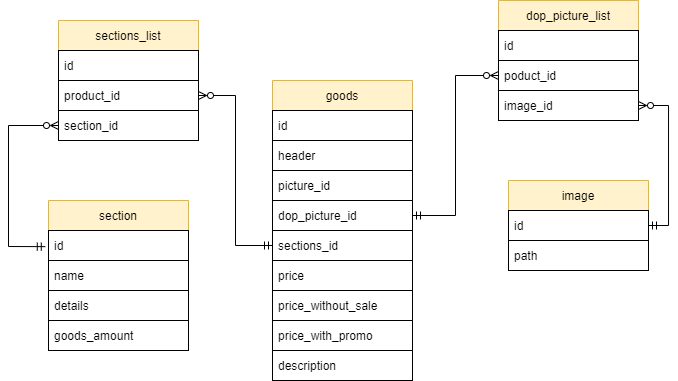
Before: diagram.png, a diagram exported from draw.io (LightningAurum/SQL). Source tidied: cells renumbered, new cells last; positions are measured from the earlier drawing's top-left corner, leaving out a move shared by most shapes. Source of this version:
```xml
<mxGraphModel>
  <root>
    <mxCell id="0" />
    <mxCell id="1" parent="0" />
    <mxCell id="2" value="section" style="swimlane;fontStyle=0;horizontal=1;startSize=30;fillColor=#fff2cc;strokeColor=#d6b656;" parent="1" vertex="1">
      <mxGeometry x="40" y="200" width="140" height="150" as="geometry" />
    </mxCell>
    <mxCell id="3" value="id" style="text;strokeColor=default;fillColor=default;align=left;verticalAlign=middle;spacingLeft=4;spacingRight=4;overflow=hidden;points=[[0,0.5],[1,0.5]];portConstraint=eastwest;" parent="2" vertex="1">
      <mxGeometry y="30" width="140" height="30" as="geometry" />
    </mxCell>
    <mxCell id="4" value="name" style="text;strokeColor=default;fillColor=default;align=left;verticalAlign=middle;spacingLeft=4;spacingRight=4;overflow=hidden;" parent="2" vertex="1">
      <mxGeometry y="60" width="140" height="30" as="geometry" />
    </mxCell>
    <mxCell id="5" value="details" style="text;strokeColor=default;fillColor=default;align=left;verticalAlign=middle;spacingLeft=4;spacingRight=4;overflow=hidden;" parent="2" vertex="1">
      <mxGeometry y="90" width="140" height="30" as="geometry" />
    </mxCell>
    <mxCell id="6" value="goods_amount" style="text;strokeColor=default;fillColor=default;align=left;verticalAlign=middle;spacingLeft=4;spacingRight=4;overflow=hidden;" parent="2" vertex="1">
      <mxGeometry y="120" width="140" height="30" as="geometry" />
    </mxCell>
    <mxCell id="7" value="goods" style="swimlane;fontStyle=0;horizontal=1;startSize=30;fillColor=#fff2cc;strokeColor=#d6b656;" parent="1" vertex="1">
      <mxGeometry x="264" y="80" width="140" height="300" as="geometry" />
    </mxCell>
    <mxCell id="8" value="id" style="text;strokeColor=default;fillColor=default;align=left;verticalAlign=middle;spacingLeft=4;spacingRight=4;overflow=hidden;" parent="7" vertex="1">
      <mxGeometry y="30" width="140" height="30" as="geometry" />
    </mxCell>
    <mxCell id="9" value="header" style="text;strokeColor=default;fillColor=default;align=left;verticalAlign=middle;spacingLeft=4;spacingRight=4;overflow=hidden;" parent="7" vertex="1">
      <mxGeometry y="60" width="140" height="30" as="geometry" />
    </mxCell>
    <mxCell id="10" value="picture_id" style="text;strokeColor=default;fillColor=default;align=left;verticalAlign=middle;spacingLeft=4;spacingRight=4;overflow=hidden;points=[[0,0.5],[1,0.5]];portConstraint=eastwest;" parent="7" vertex="1">
      <mxGeometry y="90" width="140" height="30" as="geometry" />
    </mxCell>
    <mxCell id="11" value="dop_picture_id" style="text;strokeColor=default;fillColor=default;align=left;verticalAlign=middle;spacingLeft=4;spacingRight=4;overflow=hidden;points=[[0,0.5],[1,0.5]];portConstraint=eastwest;" parent="7" vertex="1">
      <mxGeometry y="120" width="140" height="30" as="geometry" />
    </mxCell>
    <mxCell id="12" value="sections_id" style="text;strokeColor=default;fillColor=default;align=left;verticalAlign=middle;spacingLeft=4;spacingRight=4;overflow=hidden;points=[[0,0.5],[1,0.5]];portConstraint=eastwest;" parent="7" vertex="1">
      <mxGeometry y="150" width="140" height="30" as="geometry" />
    </mxCell>
    <mxCell id="13" value="price" style="text;strokeColor=default;fillColor=default;align=left;verticalAlign=middle;spacingLeft=4;spacingRight=4;overflow=hidden;" parent="7" vertex="1">
      <mxGeometry y="180" width="140" height="30" as="geometry" />
    </mxCell>
    <mxCell id="14" value="price_without_sale" style="text;strokeColor=default;fillColor=default;align=left;verticalAlign=middle;spacingLeft=4;spacingRight=4;overflow=hidden;" parent="7" vertex="1">
      <mxGeometry y="210" width="140" height="30" as="geometry" />
    </mxCell>
    <mxCell id="15" value="price_with_promo" style="text;strokeColor=default;fillColor=default;align=left;verticalAlign=middle;spacingLeft=4;spacingRight=4;overflow=hidden;" parent="7" vertex="1">
      <mxGeometry y="240" width="140" height="30" as="geometry" />
    </mxCell>
    <mxCell id="16" value="description" style="text;strokeColor=default;fillColor=default;align=left;verticalAlign=middle;spacingLeft=4;spacingRight=4;overflow=hidden;" parent="7" vertex="1">
      <mxGeometry y="270" width="140" height="30" as="geometry" />
    </mxCell>
    <mxCell id="17" value="image" style="swimlane;fontStyle=0;horizontal=1;startSize=30;fillColor=#fff2cc;strokeColor=#d6b656;" parent="1" vertex="1">
      <mxGeometry x="500" y="180" width="140" height="90" as="geometry" />
    </mxCell>
    <mxCell id="18" value="id" style="text;strokeColor=default;fillColor=default;align=left;verticalAlign=middle;spacingLeft=4;spacingRight=4;overflow=hidden;points=[[0,0.5],[1,0.5]];portConstraint=eastwest;" parent="17" vertex="1">
      <mxGeometry y="30" width="140" height="30" as="geometry" />
    </mxCell>
    <mxCell id="19" value="path" style="text;strokeColor=default;fillColor=default;align=left;verticalAlign=middle;spacingLeft=4;spacingRight=4;overflow=hidden;" parent="17" vertex="1">
      <mxGeometry y="60" width="140" height="30" as="geometry" />
    </mxCell>
    <mxCell id="20" style="endArrow=ERmandOne;html=1;rounded=0;exitX=0;exitY=0.5;exitDx=0;exitDy=0;entryX=-0.023;entryY=0.538;entryDx=0;entryDy=0;endFill=0;startArrow=ERzeroToMany;startFill=0;entryPerimeter=0;" parent="1" edge="1" source="24" target="3">
      <mxGeometry relative="1" as="geometry">
        <Array as="points">
          <mxPoint y="125" />
          <mxPoint y="246" />
        </Array>
      </mxGeometry>
    </mxCell>
    <mxCell id="21" value="sections_list" style="swimlane;fontStyle=0;horizontal=1;startSize=30;fillColor=#fff2cc;strokeColor=#d6b656;" parent="1" vertex="1">
      <mxGeometry x="50" y="20" width="140" height="120" as="geometry" />
    </mxCell>
    <mxCell id="22" value="id" style="text;strokeColor=default;fillColor=default;align=left;verticalAlign=middle;spacingLeft=4;spacingRight=4;overflow=hidden;" parent="21" vertex="1">
      <mxGeometry y="30" width="140" height="30" as="geometry" />
    </mxCell>
    <mxCell id="23" value="product_id" style="text;strokeColor=default;fillColor=default;align=left;verticalAlign=middle;spacingLeft=4;spacingRight=4;overflow=hidden;points=[[0,0.5],[1,0.5]];portConstraint=eastwest;" parent="21" vertex="1">
      <mxGeometry y="60" width="140" height="30" as="geometry" />
    </mxCell>
    <mxCell id="24" value="section_id" style="text;strokeColor=default;fillColor=default;align=left;verticalAlign=middle;spacingLeft=4;spacingRight=4;overflow=hidden;points=[[0,0.5],[1,0.5]];portConstraint=eastwest;" parent="21" vertex="1">
      <mxGeometry y="90" width="140" height="30" as="geometry" />
    </mxCell>
    <mxCell id="25" value="dop_picture_list" style="swimlane;fontStyle=0;horizontal=1;startSize=30;fillColor=#fff2cc;strokeColor=#d6b656;" parent="1" vertex="1">
      <mxGeometry x="490" width="140" height="120" as="geometry" />
    </mxCell>
    <mxCell id="26" value="id" style="text;align=left;verticalAlign=middle;spacingLeft=4;spacingRight=4;overflow=hidden;fillColor=default;strokeColor=default;" parent="25" vertex="1">
      <mxGeometry y="30" width="140" height="30" as="geometry" />
    </mxCell>
    <mxCell id="27" value="poduct_id" style="text;align=left;verticalAlign=middle;spacingLeft=4;spacingRight=4;overflow=hidden;points=[[0,0.5],[1,0.5]];portConstraint=eastwest;fillColor=default;strokeColor=default;" parent="25" vertex="1">
      <mxGeometry y="60" width="140" height="30" as="geometry" />
    </mxCell>
    <mxCell id="28" value="image_id" style="text;align=left;verticalAlign=middle;spacingLeft=4;spacingRight=4;overflow=hidden;points=[[0,0.5],[1,0.5]];portConstraint=eastwest;fillColor=default;strokeColor=default;" parent="25" vertex="1">
      <mxGeometry y="90" width="140" height="30" as="geometry" />
    </mxCell>
    <mxCell id="29" style="edgeStyle=orthogonalEdgeStyle;rounded=0;jettySize=auto;html=1;exitX=1;exitY=0.5;exitDx=0;exitDy=0;entryX=0;entryY=0.5;entryDx=0;entryDy=0;endArrow=ERmandOne;endFill=0;startArrow=ERzeroToMany;startFill=0;" parent="1" edge="1" source="23" target="12">
      <mxGeometry relative="1" as="geometry" />
    </mxCell>
    <mxCell id="30" style="edgeStyle=orthogonalEdgeStyle;rounded=0;jettySize=auto;html=1;exitX=0;exitY=0.5;exitDx=0;exitDy=0;startArrow=ERzeroToMany;startFill=0;endArrow=ERmandOne;endFill=0;entryX=1;entryY=0.5;entryDx=0;entryDy=0;" parent="1" edge="1" source="27" target="11">
      <mxGeometry relative="1" as="geometry" />
    </mxCell>
    <mxCell id="31" style="edgeStyle=orthogonalEdgeStyle;rounded=0;jettySize=auto;html=1;exitX=1;exitY=0.5;exitDx=0;exitDy=0;entryX=1;entryY=0.5;entryDx=0;entryDy=0;startArrow=ERmandOne;startFill=0;endArrow=ERzeroToMany;endFill=0;" parent="1" edge="1" source="18" target="28">
      <mxGeometry relative="1" as="geometry" />
    </mxCell>
  </root>
</mxGraphModel>
```
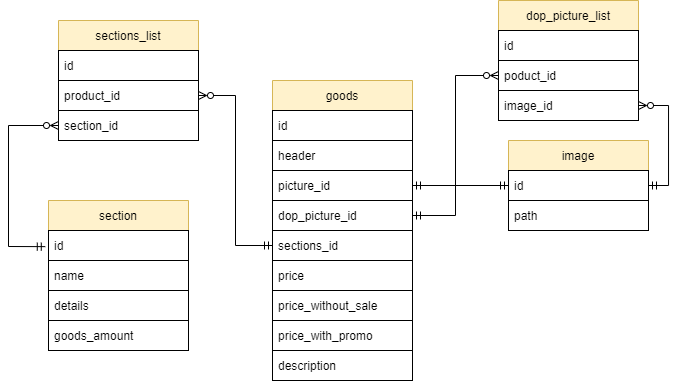
The same file after the commit.

What changed in the source:
```diff
@@ -47,8 +47,11 @@
     <mxCell id="16" value="description" style="text;strokeColor=default;fillColor=default;align=left;verticalAlign=middle;spacingLeft=4;spacingRight=4;overflow=hidden;" parent="7" vertex="1">
       <mxGeometry y="270" width="140" height="30" as="geometry" />
     </mxCell>
+    <mxCell id="32" style="edgeStyle=orthogonalEdgeStyle;rounded=0;jettySize=auto;html=1;exitX=0;exitY=0.5;exitDx=0;exitDy=0;entryX=1;entryY=0.5;entryDx=0;entryDy=0;startArrow=ERmandOne;startFill=0;endArrow=ERmandOne;endFill=0;" parent="1" edge="1" source="17" target="10">
+      <mxGeometry relative="1" as="geometry" />
+    </mxCell>
     <mxCell id="17" value="image" style="swimlane;fontStyle=0;horizontal=1;startSize=30;fillColor=#fff2cc;strokeColor=#d6b656;" parent="1" vertex="1">
-      <mxGeometry x="500" y="180" width="140" height="90" as="geometry" />
+      <mxGeometry x="500" y="140" width="140" height="90" as="geometry" />
     </mxCell>
     <mxCell id="18" value="id" style="text;strokeColor=default;fillColor=default;align=left;verticalAlign=middle;spacingLeft=4;spacingRight=4;overflow=hidden;points=[[0,0.5],[1,0.5]];portConstraint=eastwest;" parent="17" vertex="1">
       <mxGeometry y="30" width="140" height="30" as="geometry" />
```
